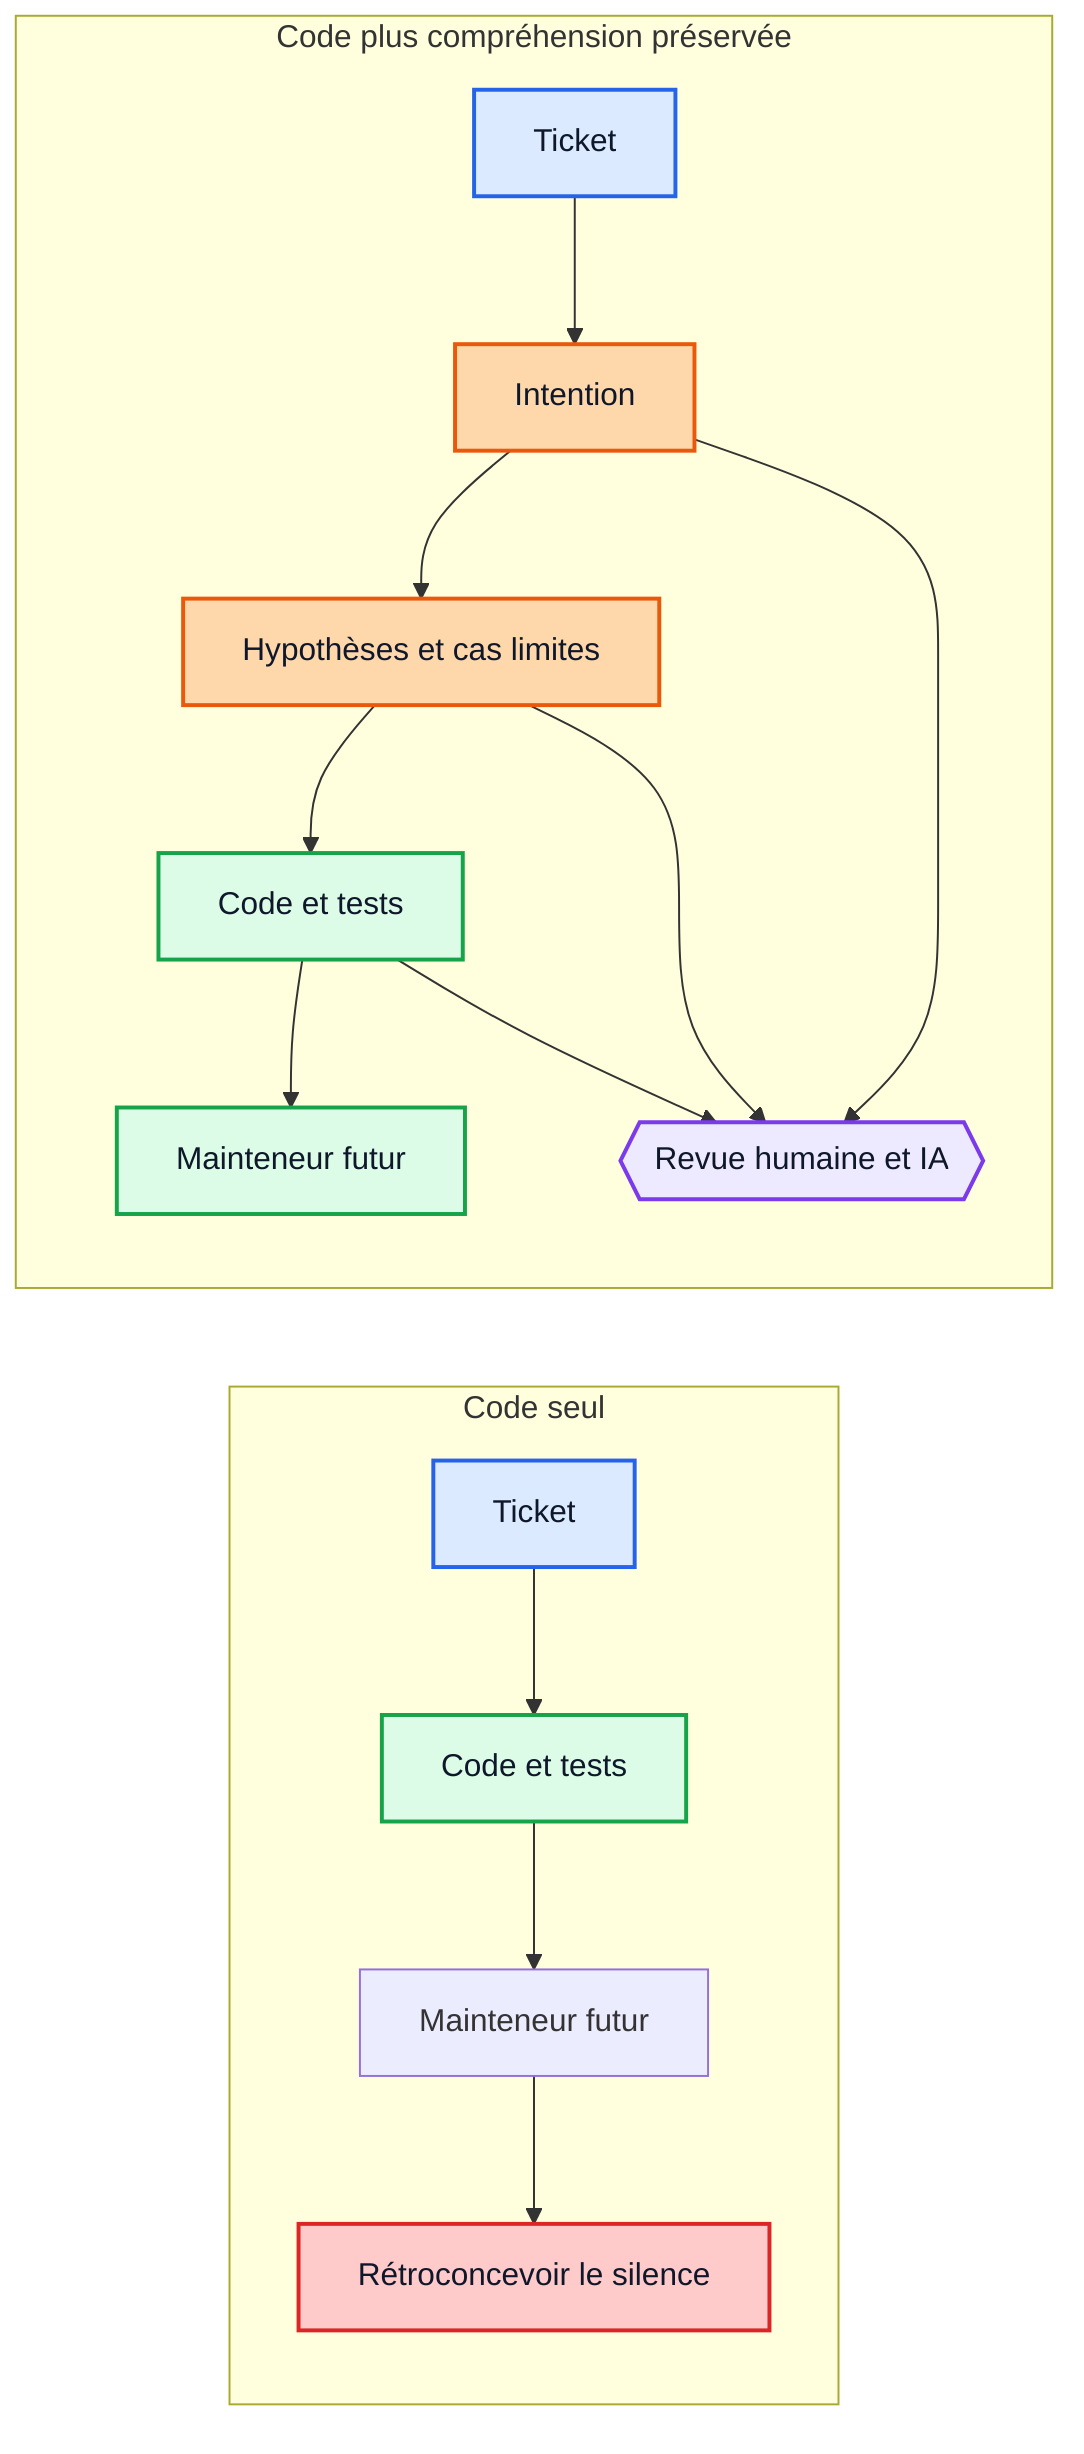
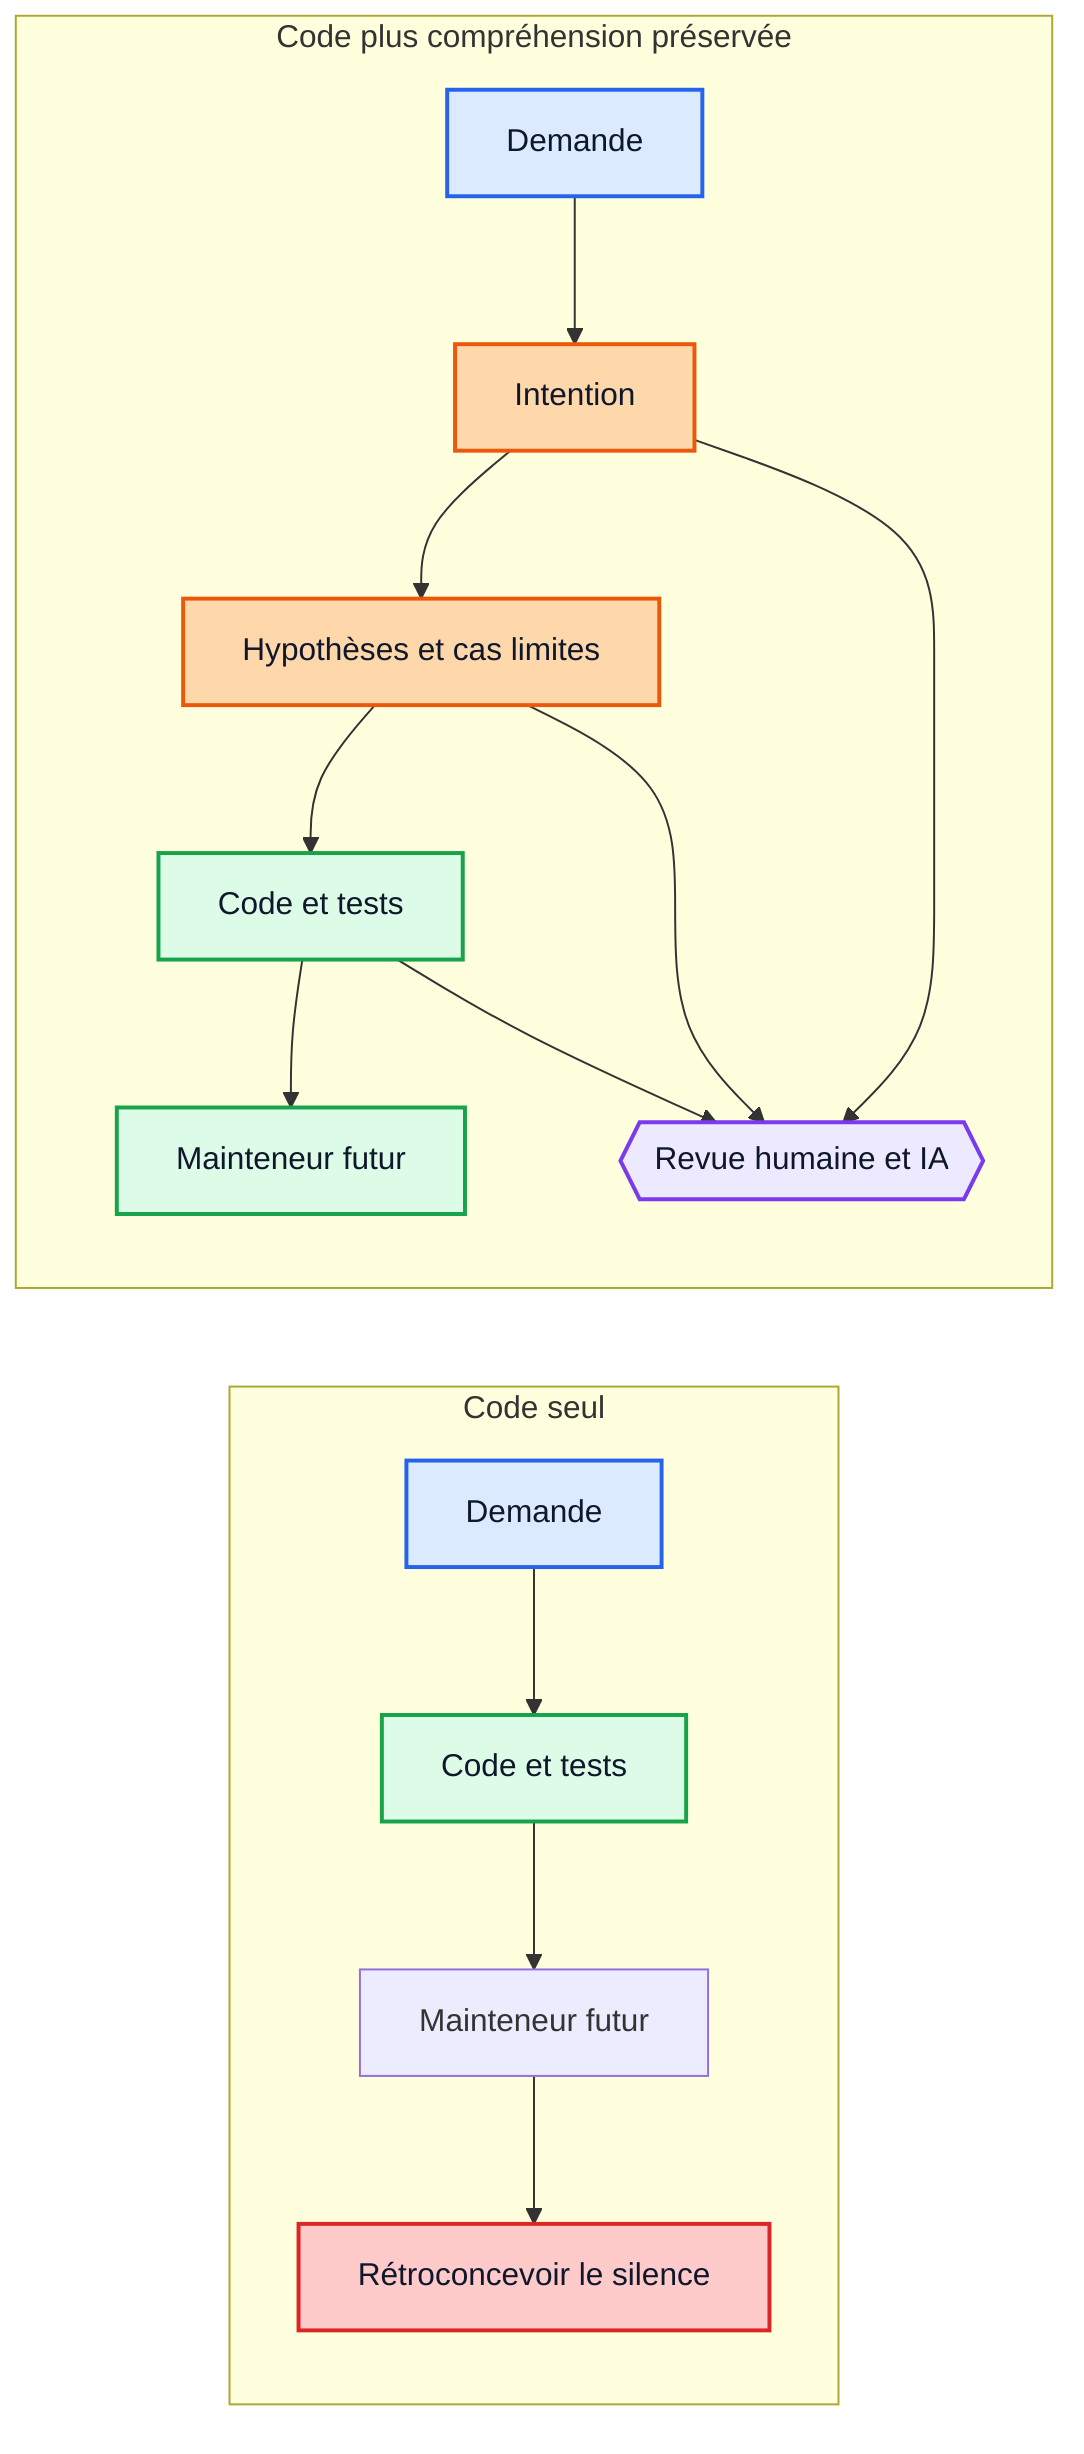
%% Blue = specification or source of truth.
%% Orange = inferred intent and preserved understanding.
%% Green = implementation artifacts.
%% Purple = review and validation loops.
%% Red = maintainability risk.
%% Mermaid source is authoritative. Render with htmlLabels: false via tools/mermaid-render-config.json.
flowchart LR
    subgraph LEFT[Code seul]
-         LSPEC[Ticket]
+         LSPEC[Demande]
        LCODE[Code et tests]
        LMAINT[Mainteneur futur]
        LRISK[Rétroconcevoir le silence]

        LSPEC --> LCODE --> LMAINT --> LRISK
    end

    subgraph RIGHT[Code plus compréhension préservée]
-         RSPEC[Ticket]
+         RSPEC[Demande]
        RINTENT[Intention]
        RASSUME[Hypothèses et cas limites]
        RCODE[Code et tests]
        RREVIEW{{Revue humaine et IA}}
        RMAINT[Mainteneur futur]

        RSPEC --> RINTENT --> RASSUME --> RCODE --> RMAINT
        RINTENT --> RREVIEW
        RASSUME --> RREVIEW
        RCODE --> RREVIEW
    end

    classDef source fill:#dbeafe,stroke:#2563eb,stroke-width:2px,color:#0f172a;
    classDef understanding fill:#fed7aa,stroke:#ea580c,stroke-width:2px,color:#0f172a;
    classDef implementation fill:#dcfce7,stroke:#16a34a,stroke-width:2px,color:#0f172a;
    classDef review fill:#ede9fe,stroke:#7c3aed,stroke-width:2px,color:#0f172a;
    classDef risk fill:#fecaca,stroke:#dc2626,stroke-width:2px,color:#0f172a;

    class LSPEC,RSPEC source;
    class RINTENT,RASSUME understanding;
    class LCODE,RCODE,RMAINT implementation;
    class RREVIEW review;
    class LRISK risk;
